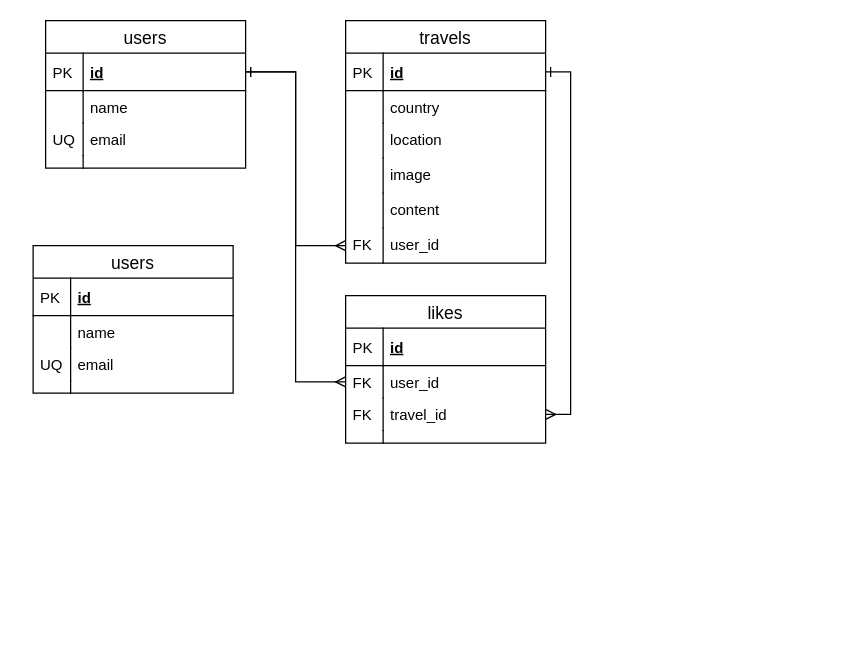
Above: trip.drawio in kimurakeisuke/enjoy_trip (draw.io), before the change. Source tidied: cells renumbered, new cells numbered last; positions are measured from the earlier drawing's top-left corner, leaving out a move shared by most shapes. Both pictures are drawn from the tidied source at 125%, with x=0, y=0 at pixel (32, 20).
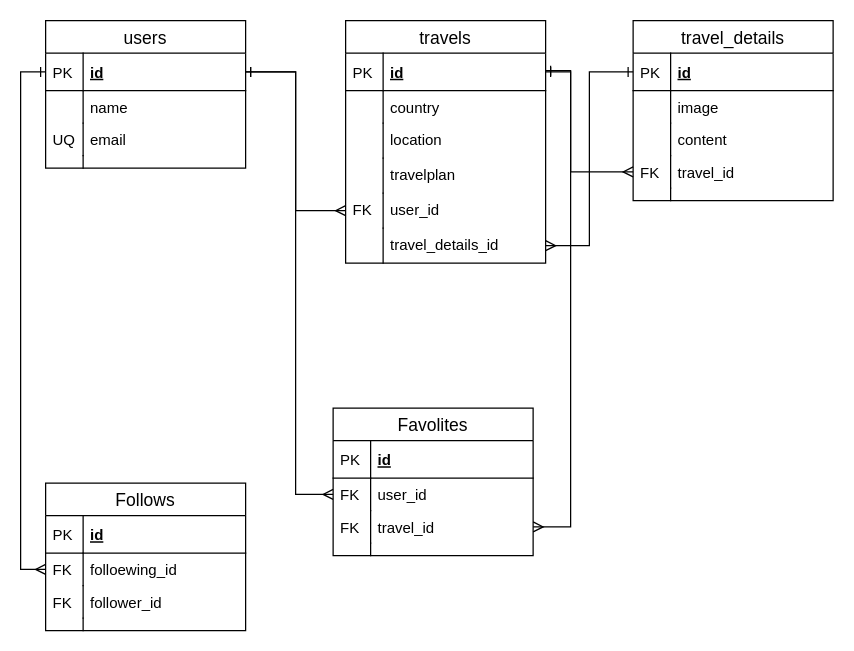
The same diagram, later.

Unchanged cells that the change refers to:
```xml
<mxCell id="3" value="id" style="shape=partialRectangle;top=0;left=0;right=0;bottom=1;align=left;verticalAlign=middle;fillColor=none;spacingLeft=34;spacingRight=4;overflow=hidden;points=[[0,0.5],[1,0.5]];portConstraint=eastwest;fontStyle=5;fontSize=12;" parent="2" vertex="1">
  <mxGeometry y="26" width="160" height="30" as="geometry" />
</mxCell>
<mxCell id="11" value="travels" style="swimlane;fontStyle=0;horizontal=1;startSize=26;align=center;fontSize=14;" parent="1" vertex="1">
  <mxGeometry x="250" width="160" height="194" as="geometry" />
</mxCell>
<mxCell id="12" value="id" style="shape=partialRectangle;top=0;left=0;right=0;bottom=1;align=left;verticalAlign=middle;fillColor=none;spacingLeft=34;spacingRight=4;overflow=hidden;points=[[0,0.5],[1,0.5]];portConstraint=eastwest;fontStyle=5;fontSize=12;" parent="11" vertex="1">
  <mxGeometry y="26" width="160" height="30" as="geometry" />
</mxCell>
<mxCell id="14" value="country" style="shape=partialRectangle;top=0;left=0;right=0;bottom=0;align=left;verticalAlign=top;fillColor=none;spacingLeft=34;spacingRight=4;overflow=hidden;fontSize=12;" parent="11" vertex="1">
  <mxGeometry y="56" width="160" height="26" as="geometry" />
</mxCell>
```

Change to the diagram source:
```diff
@@
-    <mxCell id="15" style="shape=partialRectangle;top=0;left=0;bottom=0;fillColor=none;align=left;verticalAlign=top;spacingLeft=4;spacingRight=4;overflow=hidden;fontSize=12;" parent="14" vertex="1">
-      <mxGeometry width="30" height="26" as="geometry" />
-    </mxCell>
+    <mxCell id="45" style="shape=partialRectangle;top=0;left=0;bottom=0;fillColor=none;align=left;verticalAlign=top;spacingLeft=4;spacingRight=4;overflow=hidden;fontSize=12;" parent="14" vertex="1">
+      <mxGeometry width="30" height="26" as="geometry" />
+    </mxCell>
@@
-    <mxCell id="18" value="image" style="shape=partialRectangle;top=0;left=0;right=0;bottom=0;align=left;verticalAlign=top;fillColor=none;spacingLeft=34;spacingRight=4;overflow=hidden;fontSize=12;" parent="11" vertex="1">
-      <mxGeometry y="110" width="160" height="28" as="geometry" />
-    </mxCell>
-    <mxCell id="19" style="shape=partialRectangle;top=0;left=0;bottom=0;fillColor=none;align=left;verticalAlign=top;spacingLeft=4;spacingRight=4;overflow=hidden;fontSize=12;" parent="18" vertex="1">
-      <mxGeometry width="30" height="28" as="geometry" />
-    </mxCell>
-    <mxCell id="20" value="content" style="shape=partialRectangle;top=0;left=0;right=0;bottom=0;align=left;verticalAlign=top;fillColor=none;spacingLeft=34;spacingRight=4;overflow=hidden;fontSize=12;" parent="11" vertex="1">
-      <mxGeometry y="138" width="160" height="28" as="geometry" />
+    <mxCell id="20" value="travelplan" style="shape=partialRectangle;top=0;left=0;right=0;bottom=0;align=left;verticalAlign=top;fillColor=none;spacingLeft=34;spacingRight=4;overflow=hidden;fontSize=12;" parent="11" vertex="1">
+      <mxGeometry y="110" width="160" height="28" as="geometry" />
     </mxCell>
@@
     <mxCell id="22" value="user_id" style="shape=partialRectangle;top=0;left=0;right=0;bottom=0;align=left;verticalAlign=top;fillColor=none;spacingLeft=34;spacingRight=4;overflow=hidden;points=[[0,0.5],[1,0.5]];portConstraint=eastwest;fontSize=12;" parent="11" vertex="1">
-      <mxGeometry y="166" width="160" height="28" as="geometry" />
+      <mxGeometry y="138" width="160" height="28" as="geometry" />
     </mxCell>
@@
+    <mxCell id="46" value="travel_details_id" style="shape=partialRectangle;top=0;left=0;right=0;bottom=0;align=left;verticalAlign=top;fillColor=none;spacingLeft=34;spacingRight=4;overflow=hidden;points=[[0,0.5],[1,0.5]];portConstraint=eastwest;fontSize=12;" parent="11" vertex="1">
+      <mxGeometry y="166" width="160" height="28" as="geometry" />
+    </mxCell>
+    <mxCell id="19" style="shape=partialRectangle;top=0;left=0;bottom=0;fillColor=none;align=left;verticalAlign=top;spacingLeft=4;spacingRight=4;overflow=hidden;fontSize=12;" parent="46" vertex="1">
+      <mxGeometry width="30" height="28" as="geometry" />
+    </mxCell>
@@
-    <mxCell id="25" value="likes" style="swimlane;fontStyle=0;horizontal=1;startSize=26;align=center;fontSize=14;fillColor=none;" parent="1" vertex="1">
-      <mxGeometry x="250" y="220" width="160" height="118" as="geometry" />
-    </mxCell>
-    <mxCell id="26" value="id" style="shape=partialRectangle;top=0;left=0;right=0;bottom=1;align=left;verticalAlign=middle;fillColor=none;spacingLeft=34;spacingRight=4;overflow=hidden;fontStyle=5;fontSize=12;" parent="25" vertex="1">
-      <mxGeometry y="26" width="160" height="30" as="geometry" />
-    </mxCell>
-    <mxCell id="27" value="PK" style="shape=partialRectangle;top=0;left=0;bottom=0;fillColor=none;align=left;verticalAlign=middle;spacingLeft=4;spacingRight=4;overflow=hidden;fontSize=12;" parent="26" vertex="1">
-      <mxGeometry width="30" height="30" as="geometry" />
-    </mxCell>
-    <mxCell id="28" value="user_id" style="shape=partialRectangle;top=0;left=0;right=0;bottom=0;align=left;verticalAlign=top;fillColor=none;spacingLeft=34;spacingRight=4;overflow=hidden;points=[[0,0.5],[1,0.5]];portConstraint=eastwest;fontSize=12;" parent="25" vertex="1">
-      <mxGeometry y="56" width="160" height="26" as="geometry" />
-    </mxCell>
-    <mxCell id="29" value="FK" style="shape=partialRectangle;top=0;left=0;bottom=0;fillColor=none;align=left;verticalAlign=top;spacingLeft=4;spacingRight=4;overflow=hidden;fontSize=12;" parent="28" vertex="1">
-      <mxGeometry width="30" height="26" as="geometry" />
-    </mxCell>
-    <mxCell id="30" value="travel_id" style="shape=partialRectangle;top=0;left=0;right=0;bottom=0;align=left;verticalAlign=top;fillColor=none;spacingLeft=34;spacingRight=4;overflow=hidden;points=[[0,0.5],[1,0.5]];portConstraint=eastwest;fontSize=12;" parent="25" vertex="1">
-      <mxGeometry y="82" width="160" height="26" as="geometry" />
-    </mxCell>
-    <mxCell id="31" value="FK" style="shape=partialRectangle;top=0;left=0;bottom=0;fillColor=none;align=left;verticalAlign=top;spacingLeft=4;spacingRight=4;overflow=hidden;fontSize=12;" parent="30" vertex="1">
-      <mxGeometry width="30" height="26" as="geometry" />
-    </mxCell>
+    <mxCell id="47" style="edgeStyle=orthogonalEdgeStyle;rounded=0;jettySize=auto;html=1;exitX=1;exitY=0.5;exitDx=0;exitDy=0;startArrow=ERone;startFill=0;endArrow=ERmany;endFill=0;entryX=1;entryY=0.5;entryDx=0;entryDy=0;" parent="1" edge="1" source="12" target="41">
+      <mxGeometry relative="1" as="geometry">
+        <Array as="points">
+          <mxPoint x="430" y="41" />
+          <mxPoint x="430" y="405" />
+        </Array>
+      </mxGeometry>
+    </mxCell>
+    <mxCell id="48" style="edgeStyle=orthogonalEdgeStyle;rounded=0;jettySize=auto;html=1;exitX=0;exitY=0.5;exitDx=0;exitDy=0;entryX=0;entryY=0.5;entryDx=0;entryDy=0;startArrow=ERone;startFill=0;endArrow=ERmany;endFill=0;" parent="1" edge="1" source="3" target="52">
+      <mxGeometry relative="1" as="geometry" />
+    </mxCell>
+    <mxCell id="49" value="Follows" style="swimlane;fontStyle=0;horizontal=1;startSize=26;align=center;fontSize=14;" parent="1" vertex="1">
+      <mxGeometry x="10" y="370" width="160" height="118" as="geometry" />
+    </mxCell>
+    <mxCell id="50" value="id" style="shape=partialRectangle;top=0;left=0;right=0;bottom=1;align=left;verticalAlign=middle;fillColor=none;spacingLeft=34;spacingRight=4;overflow=hidden;fontStyle=5;fontSize=12;" parent="49" vertex="1">
+      <mxGeometry y="26" width="160" height="30" as="geometry" />
+    </mxCell>
+    <mxCell id="51" value="PK" style="shape=partialRectangle;top=0;left=0;bottom=0;fillColor=none;align=left;verticalAlign=middle;spacingLeft=4;spacingRight=4;overflow=hidden;fontSize=12;" parent="50" vertex="1">
+      <mxGeometry width="30" height="30" as="geometry" />
+    </mxCell>
+    <mxCell id="52" value="folloewing_id" style="shape=partialRectangle;top=0;left=0;right=0;bottom=0;align=left;verticalAlign=top;fillColor=none;spacingLeft=34;spacingRight=4;overflow=hidden;points=[[0,0.5],[1,0.5]];portConstraint=eastwest;fontSize=12;" parent="49" vertex="1">
+      <mxGeometry y="56" width="160" height="26" as="geometry" />
+    </mxCell>
+    <mxCell id="53" value="FK" style="shape=partialRectangle;top=0;left=0;bottom=0;fillColor=none;align=left;verticalAlign=top;spacingLeft=4;spacingRight=4;overflow=hidden;fontSize=12;" parent="52" vertex="1">
+      <mxGeometry width="30" height="26" as="geometry" />
+    </mxCell>
+    <mxCell id="54" value="follower_id" style="shape=partialRectangle;top=0;left=0;right=0;bottom=0;align=left;verticalAlign=top;fillColor=none;spacingLeft=34;spacingRight=4;overflow=hidden;fontSize=12;" parent="49" vertex="1">
+      <mxGeometry y="82" width="160" height="26" as="geometry" />
+    </mxCell>
+    <mxCell id="55" value="FK" style="shape=partialRectangle;top=0;left=0;bottom=0;fillColor=none;align=left;verticalAlign=top;spacingLeft=4;spacingRight=4;overflow=hidden;fontSize=12;" parent="54" vertex="1">
+      <mxGeometry width="30" height="26" as="geometry" />
+    </mxCell>
-    <mxCell id="32" style="shape=partialRectangle;top=0;left=0;right=0;bottom=0;align=left;verticalAlign=top;fillColor=none;spacingLeft=34;spacingRight=4;overflow=hidden;fontSize=12;" parent="25" vertex="1">
+    <mxCell id="32" style="shape=partialRectangle;top=0;left=0;right=0;bottom=0;align=left;verticalAlign=top;fillColor=none;spacingLeft=34;spacingRight=4;overflow=hidden;fontSize=12;" parent="49" vertex="1">
       <mxGeometry y="108" width="160" height="10" as="geometry" />
     </mxCell>
-    <mxCell id="33" style="shape=partialRectangle;top=0;left=0;bottom=0;fillColor=none;align=left;verticalAlign=top;spacingLeft=4;spacingRight=4;overflow=hidden;fontSize=12;" parent="32" vertex="1">
-      <mxGeometry width="30" height="10" as="geometry" />
-    </mxCell>
-    <mxCell id="34" style="edgeStyle=orthogonalEdgeStyle;rounded=0;jettySize=auto;html=1;exitX=1;exitY=0.5;exitDx=0;exitDy=0;entryX=0;entryY=0.5;entryDx=0;entryDy=0;startArrow=ERone;startFill=0;endArrow=ERmany;endFill=0;" parent="1" edge="1" source="3" target="28">
-      <mxGeometry relative="1" as="geometry" />
-    </mxCell>
-    <mxCell id="35" style="edgeStyle=orthogonalEdgeStyle;rounded=0;jettySize=auto;html=1;exitX=1;exitY=0.5;exitDx=0;exitDy=0;entryX=1;entryY=0.5;entryDx=0;entryDy=0;startArrow=ERone;startFill=0;endArrow=ERmany;endFill=0;" parent="1" edge="1" source="12" target="30">
-      <mxGeometry relative="1" as="geometry" />
-    </mxCell>
+    <mxCell id="56" style="shape=partialRectangle;top=0;left=0;bottom=0;fillColor=none;align=left;verticalAlign=top;spacingLeft=4;spacingRight=4;overflow=hidden;fontSize=12;" parent="32" vertex="1">
+      <mxGeometry width="30" height="10" as="geometry" />
+    </mxCell>
+    <mxCell id="57" style="edgeStyle=orthogonalEdgeStyle;rounded=0;jettySize=auto;html=1;exitX=1;exitY=0.5;exitDx=0;exitDy=0;startArrow=ERone;startFill=0;endArrow=ERmany;endFill=0;" parent="1" edge="1" source="3">
+      <mxGeometry relative="1" as="geometry">
+        <mxPoint x="170" y="41" as="targetPoint" />
+      </mxGeometry>
+    </mxCell>
+    <mxCell id="58" style="edgeStyle=orthogonalEdgeStyle;rounded=0;jettySize=auto;html=1;entryX=0;entryY=0.5;entryDx=0;entryDy=0;startArrow=ERone;startFill=0;endArrow=ERmany;endFill=0;" parent="1" edge="1" source="3" target="39">
+      <mxGeometry relative="1" as="geometry">
+        <Array as="points">
+          <mxPoint x="210" y="41" />
+          <mxPoint x="210" y="379" />
+        </Array>
+      </mxGeometry>
+    </mxCell>
-    <mxCell id="36" value="users" style="swimlane;fontStyle=0;horizontal=1;startSize=26;align=center;fontSize=14;" parent="1" vertex="1">
-      <mxGeometry y="180" width="160" height="118" as="geometry" />
+    <mxCell id="36" value="Favolites" style="swimlane;fontStyle=0;horizontal=1;startSize=26;align=center;fontSize=14;" parent="1" vertex="1">
+      <mxGeometry x="240" y="310" width="160" height="118" as="geometry" />
     </mxCell>
@@
-    <mxCell id="39" value="name" style="shape=partialRectangle;top=0;left=0;right=0;bottom=0;align=left;verticalAlign=top;fillColor=none;spacingLeft=34;spacingRight=4;overflow=hidden;points=[[0,0.5],[1,0.5]];portConstraint=eastwest;fontSize=12;" parent="36" vertex="1">
+    <mxCell id="39" value="user_id" style="shape=partialRectangle;top=0;left=0;right=0;bottom=0;align=left;verticalAlign=top;fillColor=none;spacingLeft=34;spacingRight=4;overflow=hidden;points=[[0,0.5],[1,0.5]];portConstraint=eastwest;fontSize=12;" parent="36" vertex="1">
       <mxGeometry y="56" width="160" height="26" as="geometry" />
     </mxCell>
-    <mxCell id="40" style="shape=partialRectangle;top=0;left=0;bottom=0;fillColor=none;align=left;verticalAlign=top;spacingLeft=4;spacingRight=4;overflow=hidden;fontSize=12;" parent="39" vertex="1">
+    <mxCell id="40" value="FK" style="shape=partialRectangle;top=0;left=0;bottom=0;fillColor=none;align=left;verticalAlign=top;spacingLeft=4;spacingRight=4;overflow=hidden;fontSize=12;" parent="39" vertex="1">
       <mxGeometry width="30" height="26" as="geometry" />
     </mxCell>
-    <mxCell id="41" value="email" style="shape=partialRectangle;top=0;left=0;right=0;bottom=0;align=left;verticalAlign=top;fillColor=none;spacingLeft=34;spacingRight=4;overflow=hidden;points=[[0,0.5],[1,0.5]];portConstraint=eastwest;fontSize=12;" parent="36" vertex="1">
+    <mxCell id="41" value="travel_id" style="shape=partialRectangle;top=0;left=0;right=0;bottom=0;align=left;verticalAlign=top;fillColor=none;spacingLeft=34;spacingRight=4;overflow=hidden;points=[[0,0.5],[1,0.5]];portConstraint=eastwest;fontSize=12;" parent="36" vertex="1">
       <mxGeometry y="82" width="160" height="26" as="geometry" />
     </mxCell>
-    <mxCell id="42" value="UQ" style="shape=partialRectangle;top=0;left=0;bottom=0;fillColor=none;align=left;verticalAlign=top;spacingLeft=4;spacingRight=4;overflow=hidden;fontSize=12;" parent="41" vertex="1">
+    <mxCell id="42" value="FK" style="shape=partialRectangle;top=0;left=0;bottom=0;fillColor=none;align=left;verticalAlign=top;spacingLeft=4;spacingRight=4;overflow=hidden;fontSize=12;" parent="41" vertex="1">
       <mxGeometry width="30" height="26" as="geometry" />
     </mxCell>
@@
+    <mxCell id="59" value="travel_details" style="swimlane;fontStyle=0;horizontal=1;startSize=26;align=center;fontSize=14;" parent="1" vertex="1">
+      <mxGeometry x="480" width="160" height="144" as="geometry" />
+    </mxCell>
+    <mxCell id="60" value="id" style="shape=partialRectangle;top=0;left=0;right=0;bottom=1;align=left;verticalAlign=middle;fillColor=none;spacingLeft=34;spacingRight=4;overflow=hidden;points=[[0,0.5],[1,0.5]];portConstraint=eastwest;fontStyle=5;fontSize=12;" parent="59" vertex="1">
+      <mxGeometry y="26" width="160" height="30" as="geometry" />
+    </mxCell>
+    <mxCell id="61" value="PK" style="shape=partialRectangle;top=0;left=0;bottom=0;fillColor=none;align=left;verticalAlign=middle;spacingLeft=4;spacingRight=4;overflow=hidden;fontSize=12;" parent="60" vertex="1">
+      <mxGeometry width="30" height="30" as="geometry" />
+    </mxCell>
+    <mxCell id="18" value="image" style="shape=partialRectangle;top=0;left=0;right=0;bottom=0;align=left;verticalAlign=top;fillColor=none;spacingLeft=34;spacingRight=4;overflow=hidden;fontSize=12;" parent="59" vertex="1">
+      <mxGeometry y="56" width="160" height="26" as="geometry" />
+    </mxCell>
+    <mxCell id="62" style="shape=partialRectangle;top=0;left=0;bottom=0;fillColor=none;align=left;verticalAlign=top;spacingLeft=4;spacingRight=4;overflow=hidden;fontSize=12;" parent="18" vertex="1">
+      <mxGeometry width="30" height="26" as="geometry" />
+    </mxCell>
+    <mxCell id="63" value="content" style="shape=partialRectangle;top=0;left=0;right=0;bottom=0;align=left;verticalAlign=top;fillColor=none;spacingLeft=34;spacingRight=4;overflow=hidden;fontSize=12;" parent="59" vertex="1">
+      <mxGeometry y="82" width="160" height="26" as="geometry" />
+    </mxCell>
+    <mxCell id="64" style="shape=partialRectangle;top=0;left=0;bottom=0;fillColor=none;align=left;verticalAlign=top;spacingLeft=4;spacingRight=4;overflow=hidden;fontSize=12;" parent="63" vertex="1">
+      <mxGeometry width="30" height="26" as="geometry" />
+    </mxCell>
+    <mxCell id="30" value="travel_id" style="shape=partialRectangle;top=0;left=0;right=0;bottom=0;align=left;verticalAlign=top;fillColor=none;spacingLeft=34;spacingRight=4;overflow=hidden;points=[[0,0.5],[1,0.5]];portConstraint=eastwest;fontSize=12;" parent="59" vertex="1">
+      <mxGeometry y="108" width="160" height="26" as="geometry" />
+    </mxCell>
+    <mxCell id="65" value="FK" style="shape=partialRectangle;top=0;left=0;bottom=0;fillColor=none;align=left;verticalAlign=top;spacingLeft=4;spacingRight=4;overflow=hidden;fontSize=12;" parent="30" vertex="1">
+      <mxGeometry width="30" height="26" as="geometry" />
+    </mxCell>
+    <mxCell id="66" style="shape=partialRectangle;top=0;left=0;right=0;bottom=0;align=left;verticalAlign=top;fillColor=none;spacingLeft=34;spacingRight=4;overflow=hidden;fontSize=12;" parent="59" vertex="1">
+      <mxGeometry y="134" width="160" height="10" as="geometry" />
+    </mxCell>
+    <mxCell id="67" style="shape=partialRectangle;top=0;left=0;bottom=0;fillColor=none;align=left;verticalAlign=top;spacingLeft=4;spacingRight=4;overflow=hidden;fontSize=12;" parent="66" vertex="1">
+      <mxGeometry width="30" height="10" as="geometry" />
+    </mxCell>
+    <mxCell id="68" style="edgeStyle=orthogonalEdgeStyle;rounded=0;jettySize=auto;html=1;entryX=0;entryY=0.5;entryDx=0;entryDy=0;startArrow=ERone;startFill=0;endArrow=ERmany;endFill=0;" parent="1" edge="1" target="30">
+      <mxGeometry relative="1" as="geometry">
+        <mxPoint x="410" y="40" as="sourcePoint" />
+        <Array as="points">
+          <mxPoint x="410" y="40" />
+          <mxPoint x="430" y="40" />
+          <mxPoint x="430" y="121" />
+        </Array>
+      </mxGeometry>
+    </mxCell>
+    <mxCell id="69" style="edgeStyle=orthogonalEdgeStyle;rounded=0;jettySize=auto;html=1;entryX=1;entryY=0.5;entryDx=0;entryDy=0;startArrow=ERone;startFill=0;endArrow=ERmany;endFill=0;" parent="1" edge="1" source="60" target="46">
+      <mxGeometry relative="1" as="geometry" />
+    </mxCell>
```
